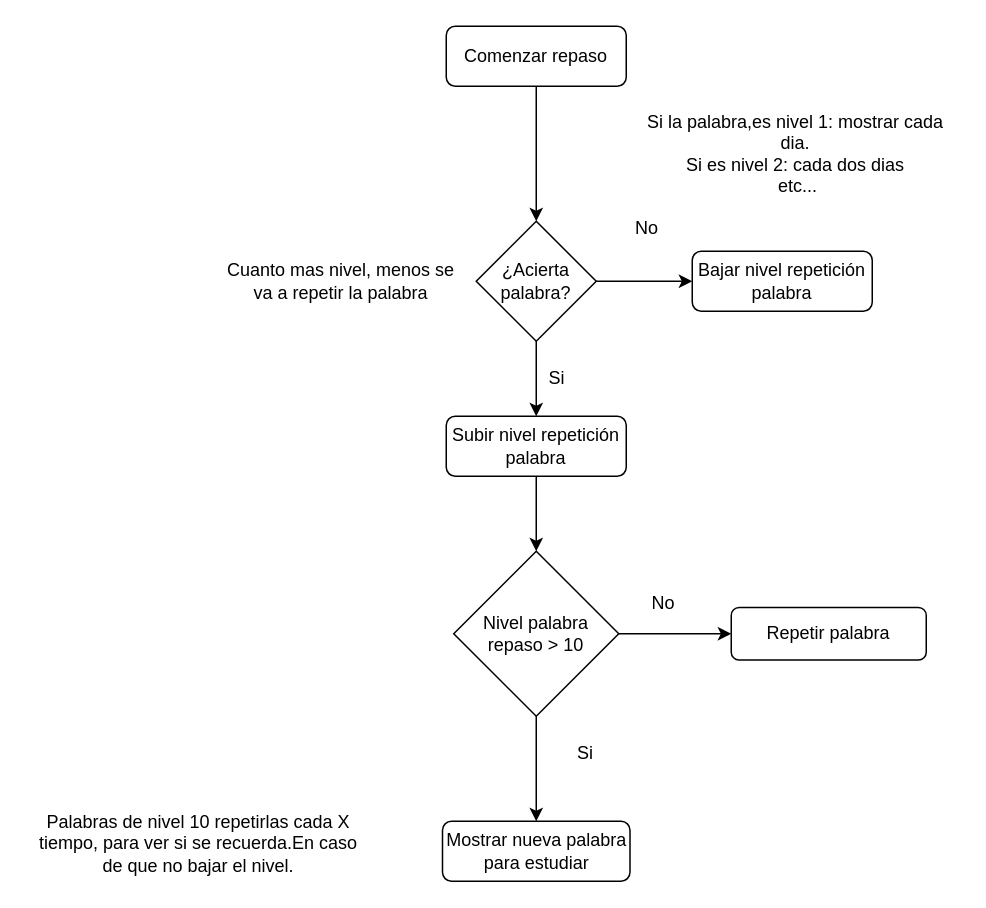
josu1995/TFM keeps this draw.io diagram as automata.drawio. Above is the earlier version. Source tidied: cells renumbered, new cells numbered last; positions are measured from the earlier drawing's top-left corner, leaving out a move shared by most shapes. Both pictures are drawn from the tidied source at 150%, with x=0, y=0 at pixel (26, 26).
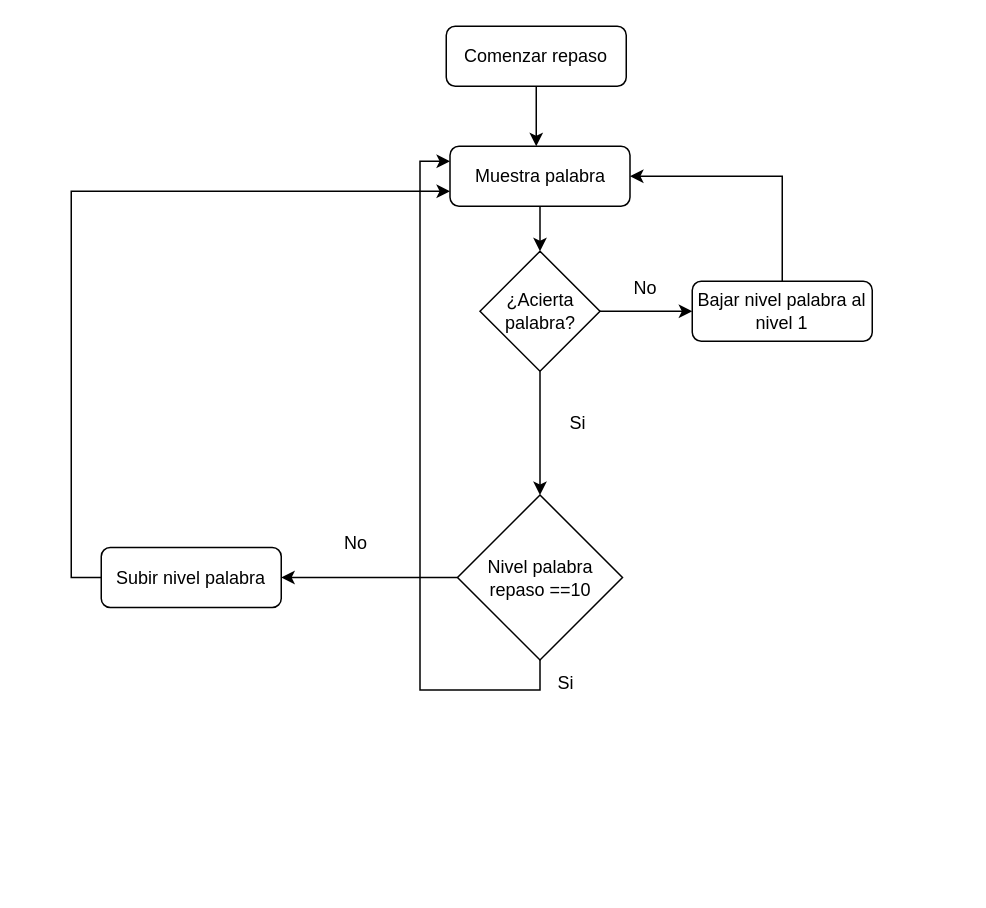
The same diagram, later.

Unchanged cells that the change refers to:
```xml
<mxCell id="3" value="Comenzar repaso" style="rounded=1;whiteSpace=wrap;html=1;" parent="1" vertex="1">
  <mxGeometry x="280" width="120" height="40" as="geometry" />
</mxCell>
```

What changed in the source:
```diff
@@
-    <mxCell id="2" style="edgeStyle=orthogonalEdgeStyle;rounded=0;jettySize=auto;html=1;exitX=0.5;exitY=1;exitDx=0;exitDy=0;entryX=0.5;entryY=0;entryDx=0;entryDy=0;" parent="1" edge="1" source="3">
+    <mxCell id="2" style="edgeStyle=orthogonalEdgeStyle;rounded=0;jettySize=auto;html=1;exitX=0.5;exitY=1;exitDx=0;exitDy=0;" parent="1" edge="1" source="3">
       <mxGeometry relative="1" as="geometry">
-        <mxPoint x="340" y="130" as="targetPoint" />
+        <mxPoint x="340" y="80" as="targetPoint" />
       </mxGeometry>
     </mxCell>
@@
-    <mxCell id="4" style="edgeStyle=orthogonalEdgeStyle;rounded=0;jettySize=auto;html=1;exitX=0.5;exitY=1;exitDx=0;exitDy=0;entryX=0.5;entryY=0;entryDx=0;entryDy=0;" parent="1" edge="1" source="5" target="15">
-      <mxGeometry relative="1" as="geometry" />
-    </mxCell>
-    <mxCell id="5" value="Subir nivel repetición palabra" style="rounded=1;whiteSpace=wrap;html=1;" parent="1" vertex="1">
-      <mxGeometry x="280" y="260" width="120" height="40" as="geometry" />
-    </mxCell>
-    <mxCell id="6" style="edgeStyle=orthogonalEdgeStyle;rounded=0;jettySize=auto;html=1;exitX=0.5;exitY=1;exitDx=0;exitDy=0;entryX=0.5;entryY=0;entryDx=0;entryDy=0;" parent="1" edge="1" source="8" target="5">
+    <mxCell id="6" style="edgeStyle=orthogonalEdgeStyle;rounded=0;jettySize=auto;html=1;exitX=0.5;exitY=1;exitDx=0;exitDy=0;entryX=0.5;entryY=0;entryDx=0;entryDy=0;" parent="1" edge="1" source="8" target="15">
       <mxGeometry relative="1" as="geometry" />
     </mxCell>
@@
     <mxCell id="8" value="¿Acierta palabra?" style="rhombus;whiteSpace=wrap;html=1;" parent="1" vertex="1">
-      <mxGeometry x="300" y="130" width="80" height="80" as="geometry" />
+      <mxGeometry x="302.5" y="150" width="80" height="80" as="geometry" />
     </mxCell>
-    <mxCell id="9" value="Si" style="text;html=1;strokeColor=none;fillColor=none;align=center;verticalAlign=middle;whiteSpace=wrap;rounded=0;" parent="1" vertex="1">
-      <mxGeometry x="324" y="220" width="60" height="30" as="geometry" />
-    </mxCell>
     <mxCell id="10" value="No" style="text;html=1;strokeColor=none;fillColor=none;align=center;verticalAlign=middle;whiteSpace=wrap;rounded=0;" parent="1" vertex="1">
-      <mxGeometry x="384" y="120" width="60" height="30" as="geometry" />
+      <mxGeometry x="382.5" y="160" width="60" height="30" as="geometry" />
     </mxCell>
+    <mxCell id="22" style="edgeStyle=orthogonalEdgeStyle;rounded=0;jettySize=auto;html=1;exitX=0.5;exitY=0;exitDx=0;exitDy=0;entryX=1;entryY=0.5;entryDx=0;entryDy=0;" parent="1" edge="1" source="11" target="26">
+      <mxGeometry relative="1" as="geometry" />
+    </mxCell>
-    <mxCell id="11" value="Bajar nivel repetición palabra" style="rounded=1;whiteSpace=wrap;html=1;" parent="1" vertex="1">
-      <mxGeometry x="444" y="150" width="120" height="40" as="geometry" />
+    <mxCell id="11" value="Bajar nivel palabra al nivel 1" style="rounded=1;whiteSpace=wrap;html=1;" parent="1" vertex="1">
+      <mxGeometry x="444" y="170" width="120" height="40" as="geometry" />
     </mxCell>
-    <mxCell id="12" value="Cuanto mas nivel, menos se va a repetir la palabra" style="text;html=1;strokeColor=none;fillColor=none;align=center;verticalAlign=middle;whiteSpace=wrap;rounded=0;" parent="1" vertex="1">
-      <mxGeometry x="130" y="155" width="160" height="30" as="geometry" />
-    </mxCell>
-    <mxCell id="13" style="edgeStyle=orthogonalEdgeStyle;rounded=0;jettySize=auto;html=1;exitX=1;exitY=0.5;exitDx=0;exitDy=0;entryX=0;entryY=0.5;entryDx=0;entryDy=0;" parent="1" edge="1" source="15" target="16">
-      <mxGeometry relative="1" as="geometry" />
-    </mxCell>
-    <mxCell id="14" style="edgeStyle=orthogonalEdgeStyle;rounded=0;jettySize=auto;html=1;exitX=0.5;exitY=1;exitDx=0;exitDy=0;entryX=0.5;entryY=0;entryDx=0;entryDy=0;" parent="1" edge="1" source="15" target="18">
-      <mxGeometry relative="1" as="geometry" />
-    </mxCell>
+    <mxCell id="23" style="edgeStyle=orthogonalEdgeStyle;rounded=0;jettySize=auto;html=1;exitX=0;exitY=0.5;exitDx=0;exitDy=0;entryX=1;entryY=0.5;entryDx=0;entryDy=0;" parent="1" edge="1" source="15" target="28">
+      <mxGeometry relative="1" as="geometry" />
+    </mxCell>
+    <mxCell id="24" style="edgeStyle=orthogonalEdgeStyle;rounded=0;jettySize=auto;html=1;exitX=0.5;exitY=1;exitDx=0;exitDy=0;entryX=0;entryY=0.25;entryDx=0;entryDy=0;" parent="1" edge="1" source="15" target="26">
+      <mxGeometry relative="1" as="geometry" />
+    </mxCell>
-    <mxCell id="15" value="Nivel palabra repaso &amp;gt; 10" style="rhombus;whiteSpace=wrap;html=1;" parent="1" vertex="1">
-      <mxGeometry x="285" y="350" width="110" height="110" as="geometry" />
+    <mxCell id="15" value="Nivel palabra repaso ==10" style="rhombus;whiteSpace=wrap;html=1;" parent="1" vertex="1">
+      <mxGeometry x="287.5" y="312.5" width="110" height="110" as="geometry" />
     </mxCell>
-    <mxCell id="16" value="Repetir palabra" style="rounded=1;whiteSpace=wrap;html=1;" parent="1" vertex="1">
-      <mxGeometry x="470" y="387.5" width="130" height="35" as="geometry" />
-    </mxCell>
+    <mxCell id="25" style="edgeStyle=orthogonalEdgeStyle;rounded=0;jettySize=auto;html=1;exitX=0.5;exitY=1;exitDx=0;exitDy=0;entryX=0.5;entryY=0;entryDx=0;entryDy=0;" parent="1" edge="1" source="26" target="8">
+      <mxGeometry relative="1" as="geometry" />
+    </mxCell>
+    <mxCell id="26" value="Muestra palabra" style="rounded=1;whiteSpace=wrap;html=1;" parent="1" vertex="1">
+      <mxGeometry x="282.5" y="80" width="120" height="40" as="geometry" />
+    </mxCell>
+    <mxCell id="27" style="edgeStyle=orthogonalEdgeStyle;rounded=0;jettySize=auto;html=1;exitX=0;exitY=0.5;exitDx=0;exitDy=0;entryX=0;entryY=0.75;entryDx=0;entryDy=0;" parent="1" edge="1" source="28" target="26">
+      <mxGeometry relative="1" as="geometry" />
+    </mxCell>
+    <mxCell id="28" value="Subir nivel palabra" style="rounded=1;whiteSpace=wrap;html=1;" parent="1" vertex="1">
+      <mxGeometry x="50" y="347.5" width="120" height="40" as="geometry" />
+    </mxCell>
     <mxCell id="17" value="No" style="text;html=1;strokeColor=none;fillColor=none;align=center;verticalAlign=middle;whiteSpace=wrap;rounded=0;" parent="1" vertex="1">
-      <mxGeometry x="395" y="370" width="60" height="30" as="geometry" />
+      <mxGeometry x="190" y="330" width="60" height="30" as="geometry" />
     </mxCell>
-    <mxCell id="18" value="Mostrar nueva palabra para estudiar" style="rounded=1;whiteSpace=wrap;html=1;" parent="1" vertex="1">
-      <mxGeometry x="277.5" y="530" width="125" height="40" as="geometry" />
-    </mxCell>
-    <mxCell id="19" value="Si" style="text;html=1;strokeColor=none;fillColor=none;align=center;verticalAlign=middle;whiteSpace=wrap;rounded=0;" parent="1" vertex="1">
-      <mxGeometry x="343" y="470" width="60" height="30" as="geometry" />
-    </mxCell>
-    <mxCell id="20" value="Palabras de nivel 10 repetirlas cada X tiempo, para ver si se recuerda.En caso de que no bajar el nivel." style="text;html=1;strokeColor=none;fillColor=none;align=center;verticalAlign=middle;whiteSpace=wrap;rounded=0;" parent="1" vertex="1">
-      <mxGeometry y="530" width="230" height="30" as="geometry" />
-    </mxCell>
-    <mxCell id="21" value="Si la palabra,es nivel 1: mostrar cada dia.&lt;br&gt;Si es nivel 2: cada dos dias&lt;br&gt;&amp;nbsp;etc..." style="text;html=1;strokeColor=none;fillColor=none;align=center;verticalAlign=middle;whiteSpace=wrap;rounded=0;" parent="1" vertex="1">
-      <mxGeometry x="403" y="70" width="220" height="30" as="geometry" />
-    </mxCell>
+    <mxCell id="29" value="Si" style="text;html=1;strokeColor=none;fillColor=none;align=center;verticalAlign=middle;whiteSpace=wrap;rounded=0;" parent="1" vertex="1">
+      <mxGeometry x="330" y="422.5" width="60" height="30" as="geometry" />
+    </mxCell>
+    <mxCell id="30" value="Si" style="text;html=1;strokeColor=none;fillColor=none;align=center;verticalAlign=middle;whiteSpace=wrap;rounded=0;" parent="1" vertex="1">
+      <mxGeometry x="337.5" y="250" width="60" height="30" as="geometry" />
+    </mxCell>
```
